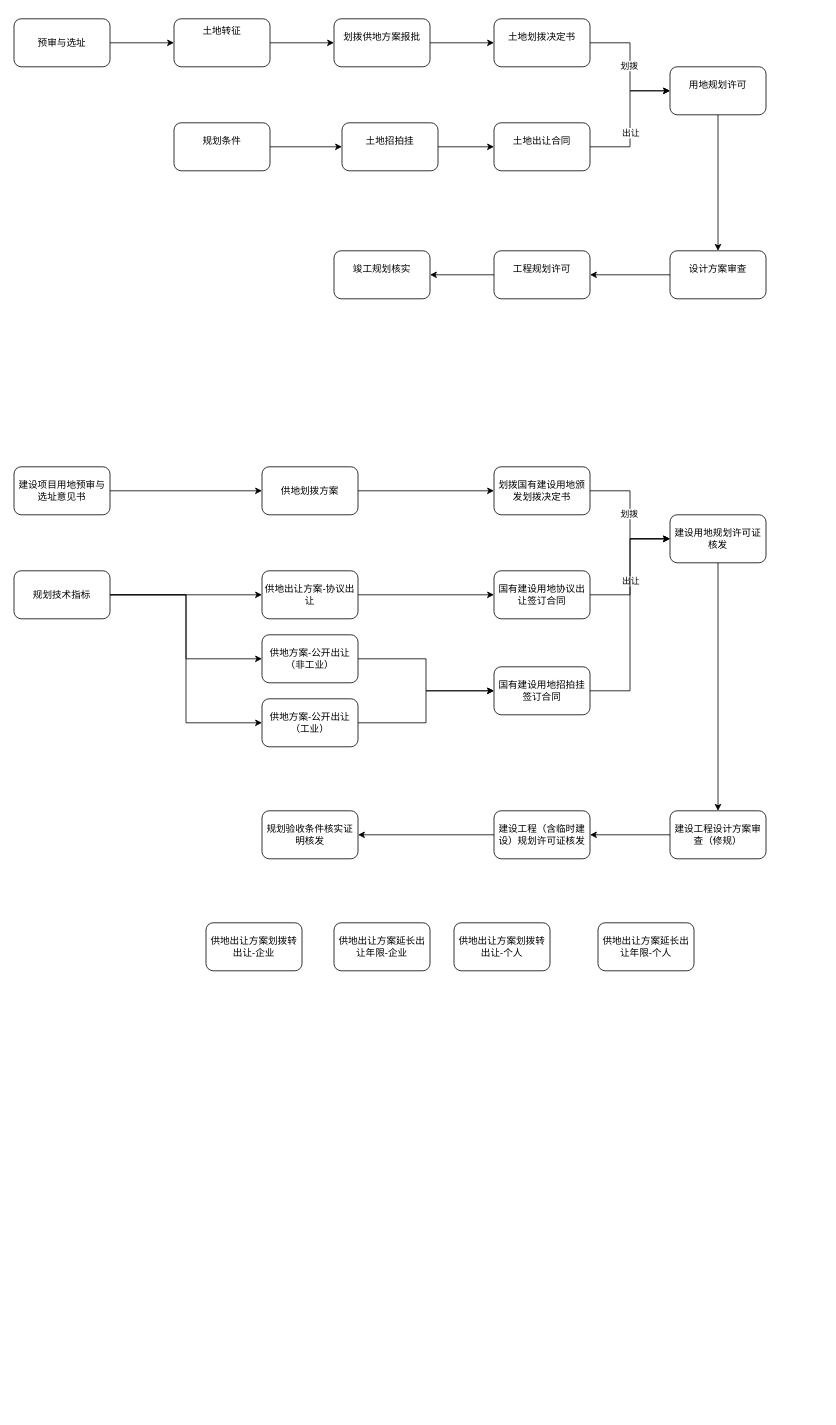
The draw.io diagram 流程.drawio in bom-coder/drawio-store, before the edit. Source tidied: cells renumbered, new cells numbered last; positions are measured from the earlier drawing's top-left corner, leaving out a move shared by most shapes. Both pictures are drawn from the tidied source at 80%, with x=0, y=0 at pixel (14, 18).
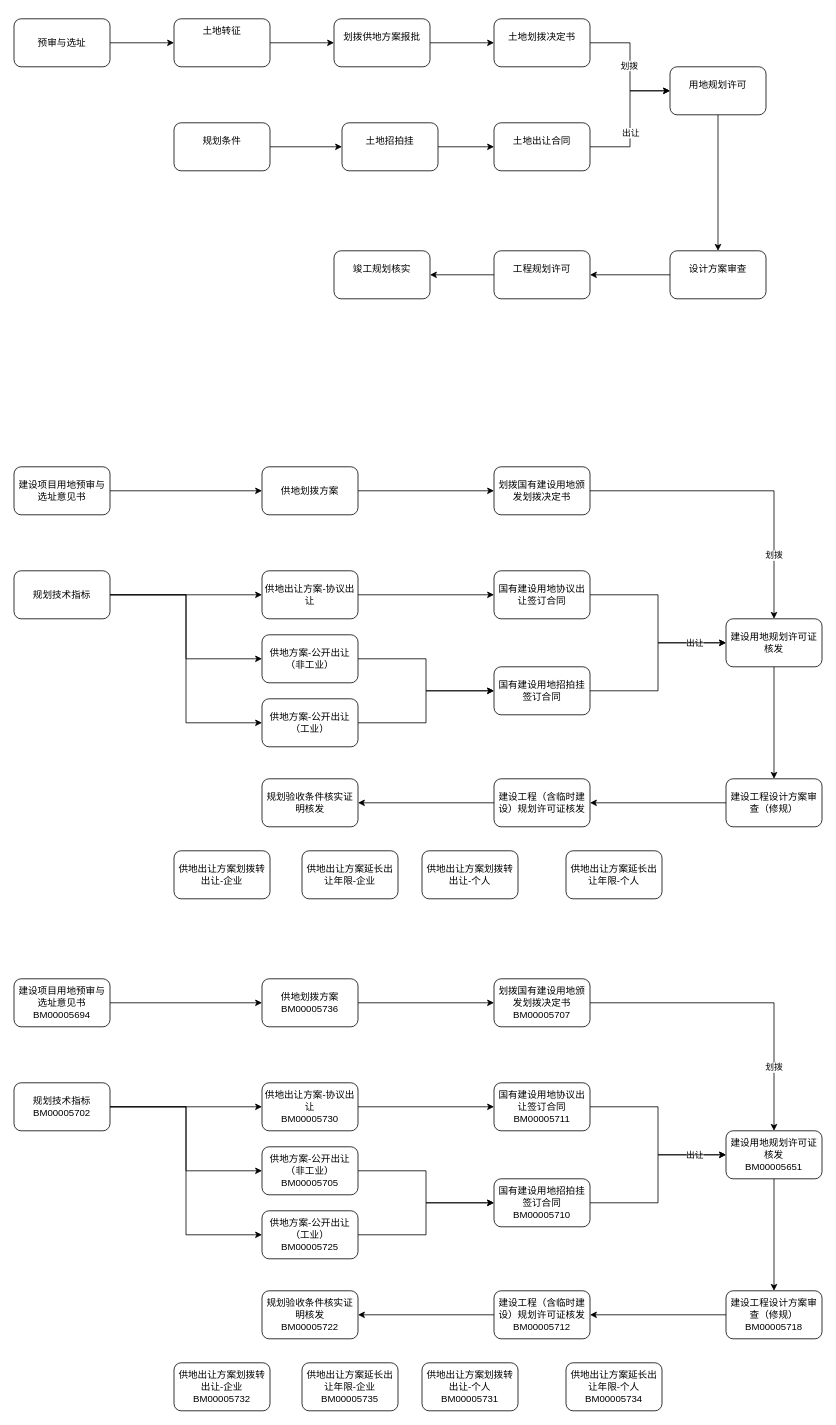
The same page after the edit.

Unchanged cells that the change refers to:
```xml
<mxCell id="27" style="edgeStyle=orthogonalEdgeStyle;rounded=0;jettySize=auto;html=1;" parent="1" edge="1" source="29" target="38">
  <mxGeometry relative="1" as="geometry" />
</mxCell>
<mxCell id="34" style="edgeStyle=orthogonalEdgeStyle;rounded=0;jettySize=auto;html=1;entryX=0;entryY=0.5;entryDx=0;entryDy=0;" parent="1" edge="1" source="36" target="38">
  <mxGeometry relative="1" as="geometry" />
</mxCell>
<mxCell id="51" value="国有建设用地招拍挂签订合同" style="rounded=1;whiteSpace=wrap;html=1;" parent="1" vertex="1">
  <mxGeometry x="600" y="810" width="120" height="60" as="geometry" />
</mxCell>
```

The edit, as a diff of the source:
```diff
@@
     <mxCell id="28" value="划拨" style="edgeLabel;html=1;align=center;verticalAlign=middle;" parent="27" vertex="1">
-      <mxGeometry x="-0.03" y="-2" relative="1" as="geometry" />
+      <mxGeometry x="-0.03" y="-2" relative="1" as="geometry">
+        <mxPoint x="40" y="78" as="offset" />
+      </mxGeometry>
     </mxCell>
@@
     <mxCell id="35" value="出让" style="edgeLabel;html=1;align=center;verticalAlign=middle;" parent="34" vertex="1">
-      <mxGeometry x="-0.2" relative="1" as="geometry" />
+      <mxGeometry x="-0.2" relative="1" as="geometry">
+        <mxPoint x="45" y="53" as="offset" />
+      </mxGeometry>
     </mxCell>
@@
     <mxCell id="38" value="建设用地规划许可证核发" style="rounded=1;whiteSpace=wrap;html=1;" parent="1" vertex="1">
-      <mxGeometry x="820" y="620" width="120" height="60" as="geometry" />
+      <mxGeometry x="890" y="750" width="120" height="60" as="geometry" />
     </mxCell>
@@
     <mxCell id="40" value="建设工程设计方案审查（修规）" style="rounded=1;whiteSpace=wrap;html=1;" parent="1" vertex="1">
-      <mxGeometry x="820" y="990" width="120" height="60" as="geometry" />
+      <mxGeometry x="890" y="950" width="120" height="60" as="geometry" />
     </mxCell>
@@
     <mxCell id="42" value="建设工程（含临时建设）规划许可证核发" style="rounded=1;whiteSpace=wrap;html=1;" parent="1" vertex="1">
-      <mxGeometry x="600" y="990" width="120" height="60" as="geometry" />
+      <mxGeometry x="600" y="950" width="120" height="60" as="geometry" />
     </mxCell>
     <mxCell id="43" value="规划验收条件核实证明核发" style="rounded=1;whiteSpace=wrap;html=1;" parent="1" vertex="1">
-      <mxGeometry x="310" y="990" width="120" height="60" as="geometry" />
+      <mxGeometry x="310" y="950" width="120" height="60" as="geometry" />
     </mxCell>
@@
     <mxCell id="50" style="edgeStyle=orthogonalEdgeStyle;rounded=0;jettySize=auto;html=1;entryX=0;entryY=0.5;entryDx=0;entryDy=0;" parent="1" edge="1" source="51" target="38">
-      <mxGeometry relative="1" as="geometry" />
+      <mxGeometry relative="1" as="geometry">
+        <Array as="points">
+          <mxPoint x="805" y="840" />
+          <mxPoint x="805" y="780" />
+        </Array>
+      </mxGeometry>
     </mxCell>
@@
     <mxCell id="54" value="供地出让方案划拨转出让-企业" style="rounded=1;whiteSpace=wrap;html=1;" parent="1" vertex="1">
-      <mxGeometry x="240" y="1130" width="120" height="60" as="geometry" />
+      <mxGeometry x="200" y="1040" width="120" height="60" as="geometry" />
     </mxCell>
     <mxCell id="55" value="供地出让方案延长出让年限-企业" style="rounded=1;whiteSpace=wrap;html=1;" parent="1" vertex="1">
-      <mxGeometry x="400" y="1130" width="120" height="60" as="geometry" />
+      <mxGeometry x="360" y="1040" width="120" height="60" as="geometry" />
     </mxCell>
     <mxCell id="56" value="供地出让方案划拨转出让-个人" style="rounded=1;whiteSpace=wrap;html=1;" parent="1" vertex="1">
-      <mxGeometry x="550" y="1130" width="120" height="60" as="geometry" />
+      <mxGeometry x="510" y="1040" width="120" height="60" as="geometry" />
     </mxCell>
     <mxCell id="57" value="供地出让方案延长出让年限-个人" style="rounded=1;whiteSpace=wrap;html=1;" parent="1" vertex="1">
-      <mxGeometry x="730" y="1130" width="120" height="60" as="geometry" />
+      <mxGeometry x="690" y="1040" width="120" height="60" as="geometry" />
     </mxCell>
+    <mxCell id="58" style="edgeStyle=orthogonalEdgeStyle;rounded=0;jettySize=auto;html=1;entryX=0;entryY=0.5;entryDx=0;entryDy=0;" parent="1" edge="1" source="59" target="78">
+      <mxGeometry relative="1" as="geometry" />
+    </mxCell>
+    <mxCell id="59" value="建设项目用地预审与选址意见书&lt;br&gt;BM00005694" style="rounded=1;whiteSpace=wrap;html=1;" parent="1" vertex="1">
+      <mxGeometry y="1200" width="120" height="60" as="geometry" />
+    </mxCell>
+    <mxCell id="60" style="edgeStyle=orthogonalEdgeStyle;rounded=0;jettySize=auto;html=1;" parent="1" edge="1" source="62" target="71">
+      <mxGeometry relative="1" as="geometry" />
+    </mxCell>
+    <mxCell id="61" value="划拨" style="edgeLabel;html=1;align=center;verticalAlign=middle;" parent="60" vertex="1">
+      <mxGeometry x="-0.03" y="-2" relative="1" as="geometry">
+        <mxPoint x="40" y="78" as="offset" />
+      </mxGeometry>
+    </mxCell>
+    <mxCell id="62" value="划拨国有建设用地颁发划拨决定书&lt;br&gt;BM00005707" style="rounded=1;whiteSpace=wrap;html=1;" parent="1" vertex="1">
+      <mxGeometry x="600" y="1200" width="120" height="60" as="geometry" />
+    </mxCell>
+    <mxCell id="63" style="edgeStyle=orthogonalEdgeStyle;rounded=0;jettySize=auto;html=1;" parent="1" edge="1" source="66" target="80">
+      <mxGeometry relative="1" as="geometry" />
+    </mxCell>
+    <mxCell id="64" style="edgeStyle=orthogonalEdgeStyle;rounded=0;jettySize=auto;html=1;entryX=0;entryY=0.5;entryDx=0;entryDy=0;" parent="1" edge="1" source="66" target="82">
+      <mxGeometry relative="1" as="geometry" />
+    </mxCell>
+    <mxCell id="65" style="edgeStyle=orthogonalEdgeStyle;rounded=0;jettySize=auto;html=1;entryX=0;entryY=0.5;entryDx=0;entryDy=0;" parent="1" edge="1" source="66" target="86">
+      <mxGeometry relative="1" as="geometry" />
+    </mxCell>
+    <mxCell id="66" value="规划技术指标&lt;br&gt;BM00005702" style="rounded=1;whiteSpace=wrap;html=1;" parent="1" vertex="1">
+      <mxGeometry y="1330" width="120" height="60" as="geometry" />
+    </mxCell>
+    <mxCell id="67" style="edgeStyle=orthogonalEdgeStyle;rounded=0;jettySize=auto;html=1;entryX=0;entryY=0.5;entryDx=0;entryDy=0;" parent="1" edge="1" source="69" target="71">
+      <mxGeometry relative="1" as="geometry" />
+    </mxCell>
+    <mxCell id="68" value="出让" style="edgeLabel;html=1;align=center;verticalAlign=middle;" parent="67" vertex="1">
+      <mxGeometry x="-0.2" relative="1" as="geometry">
+        <mxPoint x="45" y="53" as="offset" />
+      </mxGeometry>
+    </mxCell>
+    <mxCell id="69" value="国有建设用地协议出让签订合同&lt;br&gt;BM00005711" style="rounded=1;whiteSpace=wrap;html=1;" parent="1" vertex="1">
+      <mxGeometry x="600" y="1330" width="120" height="60" as="geometry" />
+    </mxCell>
+    <mxCell id="70" style="edgeStyle=orthogonalEdgeStyle;rounded=0;jettySize=auto;html=1;" parent="1" edge="1" source="71" target="73">
+      <mxGeometry relative="1" as="geometry" />
+    </mxCell>
+    <mxCell id="71" value="建设用地规划许可证核发&lt;br&gt;BM00005651" style="rounded=1;whiteSpace=wrap;html=1;" parent="1" vertex="1">
+      <mxGeometry x="890" y="1390" width="120" height="60" as="geometry" />
+    </mxCell>
+    <mxCell id="72" style="edgeStyle=orthogonalEdgeStyle;rounded=0;jettySize=auto;html=1;" parent="1" edge="1" source="73" target="75">
+      <mxGeometry relative="1" as="geometry" />
+    </mxCell>
+    <mxCell id="73" value="建设工程设计方案审查（修规）&lt;br&gt;BM00005718" style="rounded=1;whiteSpace=wrap;html=1;" parent="1" vertex="1">
+      <mxGeometry x="890" y="1590" width="120" height="60" as="geometry" />
+    </mxCell>
+    <mxCell id="74" style="edgeStyle=orthogonalEdgeStyle;rounded=0;jettySize=auto;html=1;" parent="1" edge="1" source="75" target="76">
+      <mxGeometry relative="1" as="geometry" />
+    </mxCell>
+    <mxCell id="75" value="建设工程（含临时建设）规划许可证核发&lt;br&gt;BM00005712" style="rounded=1;whiteSpace=wrap;html=1;" parent="1" vertex="1">
+      <mxGeometry x="600" y="1590" width="120" height="60" as="geometry" />
+    </mxCell>
+    <mxCell id="76" value="规划验收条件核实证明核发&lt;br&gt;BM00005722" style="rounded=1;whiteSpace=wrap;html=1;" parent="1" vertex="1">
+      <mxGeometry x="310" y="1590" width="120" height="60" as="geometry" />
+    </mxCell>
+    <mxCell id="77" style="edgeStyle=orthogonalEdgeStyle;rounded=0;jettySize=auto;html=1;entryX=0;entryY=0.5;entryDx=0;entryDy=0;" parent="1" edge="1" source="78" target="62">
+      <mxGeometry relative="1" as="geometry" />
+    </mxCell>
+    <mxCell id="78" value="供地划拨方案&lt;br&gt;BM00005736" style="rounded=1;whiteSpace=wrap;html=1;" parent="1" vertex="1">
+      <mxGeometry x="310" y="1200" width="120" height="60" as="geometry" />
+    </mxCell>
+    <mxCell id="79" style="edgeStyle=orthogonalEdgeStyle;rounded=0;jettySize=auto;html=1;entryX=0;entryY=0.5;entryDx=0;entryDy=0;" parent="1" edge="1" source="80" target="69">
+      <mxGeometry relative="1" as="geometry" />
+    </mxCell>
+    <mxCell id="80" value="供地出让方案-协议出让&lt;br&gt;BM00005730" style="rounded=1;whiteSpace=wrap;html=1;" parent="1" vertex="1">
+      <mxGeometry x="310" y="1330" width="120" height="60" as="geometry" />
+    </mxCell>
+    <mxCell id="81" style="edgeStyle=orthogonalEdgeStyle;rounded=0;jettySize=auto;html=1;entryX=0;entryY=0.5;entryDx=0;entryDy=0;" parent="1" edge="1" source="82" target="84">
+      <mxGeometry relative="1" as="geometry" />
+    </mxCell>
+    <mxCell id="82" value="供地方案-公开出让（非工业）&lt;br&gt;BM00005705" style="rounded=1;whiteSpace=wrap;html=1;" parent="1" vertex="1">
+      <mxGeometry x="310" y="1410" width="120" height="60" as="geometry" />
+    </mxCell>
+    <mxCell id="83" style="edgeStyle=orthogonalEdgeStyle;rounded=0;jettySize=auto;html=1;entryX=0;entryY=0.5;entryDx=0;entryDy=0;" parent="1" edge="1" source="84" target="71">
+      <mxGeometry relative="1" as="geometry">
+        <Array as="points">
+          <mxPoint x="805" y="1480" />
+          <mxPoint x="805" y="1420" />
+        </Array>
+      </mxGeometry>
+    </mxCell>
+    <mxCell id="84" value="国有建设用地招拍挂签订合同&lt;br&gt;BM00005710" style="rounded=1;whiteSpace=wrap;html=1;" parent="1" vertex="1">
+      <mxGeometry x="600" y="1450" width="120" height="60" as="geometry" />
+    </mxCell>
+    <mxCell id="85" style="edgeStyle=orthogonalEdgeStyle;rounded=0;jettySize=auto;html=1;entryX=0;entryY=0.5;entryDx=0;entryDy=0;" parent="1" edge="1" source="86" target="84">
+      <mxGeometry relative="1" as="geometry" />
+    </mxCell>
+    <mxCell id="86" value="供地方案-公开出让（工业）&lt;br&gt;BM00005725" style="rounded=1;whiteSpace=wrap;html=1;" parent="1" vertex="1">
+      <mxGeometry x="310" y="1490" width="120" height="60" as="geometry" />
+    </mxCell>
+    <mxCell id="87" value="供地出让方案划拨转出让-企业&lt;br&gt;BM00005732" style="rounded=1;whiteSpace=wrap;html=1;" parent="1" vertex="1">
+      <mxGeometry x="200" y="1680" width="120" height="60" as="geometry" />
+    </mxCell>
+    <mxCell id="88" value="供地出让方案延长出让年限-企业&lt;br&gt;BM00005735" style="rounded=1;whiteSpace=wrap;html=1;" parent="1" vertex="1">
+      <mxGeometry x="360" y="1680" width="120" height="60" as="geometry" />
+    </mxCell>
+    <mxCell id="89" value="供地出让方案划拨转出让-个人&lt;br&gt;BM00005731" style="rounded=1;whiteSpace=wrap;html=1;" parent="1" vertex="1">
+      <mxGeometry x="510" y="1680" width="120" height="60" as="geometry" />
+    </mxCell>
+    <mxCell id="90" value="供地出让方案延长出让年限-个人&lt;br&gt;BM00005734" style="rounded=1;whiteSpace=wrap;html=1;" parent="1" vertex="1">
+      <mxGeometry x="690" y="1680" width="120" height="60" as="geometry" />
+    </mxCell>
```
